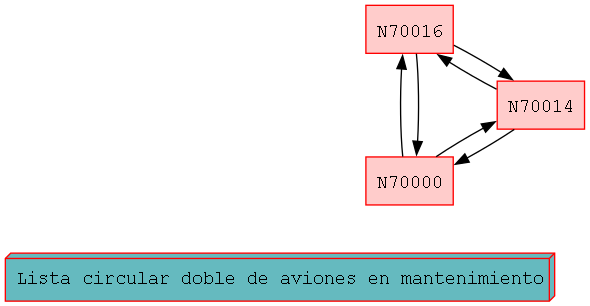
The Graphviz diagram Reportes/reporte_aviones_mantenimiento.png in Josue013/202202481_EDD_Proyecto, before a commit. Its source is kept beside it as Reportes/reporte_aviones_mantenimiento.dot. The source it was exported from:
```dot
digraph Aviones {
layout=circo;
rankdir=LR;
node [fontname="Courier New"];
node [shape=component, style=filled, color=blue, fillcolor="#65babf"];
Titulo [fontname="Courier New", color=red shape=box3d label="Lista circular doble de aviones en mantenimiento"];
  "MN70000" [label="N70000", shape=box, color=red, fillcolor="#ffcccb"];
  "MN70000" -> "MN70016";
  "MN70000" -> "MN70014";
  "MN70016" [label="N70016", shape=box, color=red, fillcolor="#ffcccb"];
  "MN70016" -> "MN70014";
  "MN70016" -> "MN70000";
  "MN70014" [label="N70014", shape=box, color=red, fillcolor="#ffcccb"];
  "MN70014" -> "MN70000";
  "MN70014" -> "MN70016";
}
```
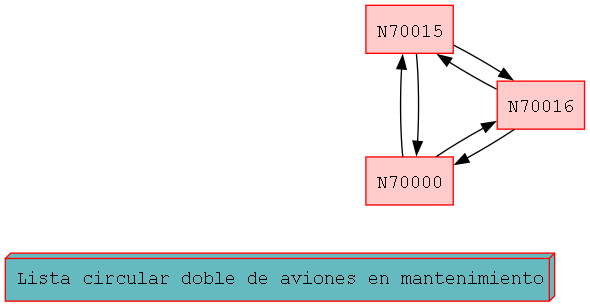
Later version of the same file.

Change to the diagram source:
```diff
@@ -5,12 +5,12 @@
 node [shape=component, style=filled, color=blue, fillcolor="#65babf"];
 Titulo [fontname="Courier New", color=red shape=box3d label="Lista circular doble de aviones en mantenimiento"];
   "MN70000" [label="N70000", shape=box, color=red, fillcolor="#ffcccb"];
+  "MN70000" -> "MN70015";
   "MN70000" -> "MN70016";
-  "MN70000" -> "MN70014";
+  "MN70015" [label="N70015", shape=box, color=red, fillcolor="#ffcccb"];
+  "MN70015" -> "MN70016";
+  "MN70015" -> "MN70000";
   "MN70016" [label="N70016", shape=box, color=red, fillcolor="#ffcccb"];
-  "MN70016" -> "MN70014";
   "MN70016" -> "MN70000";
-  "MN70014" [label="N70014", shape=box, color=red, fillcolor="#ffcccb"];
-  "MN70014" -> "MN70000";
-  "MN70014" -> "MN70016";
+  "MN70016" -> "MN70015";
 }
```
